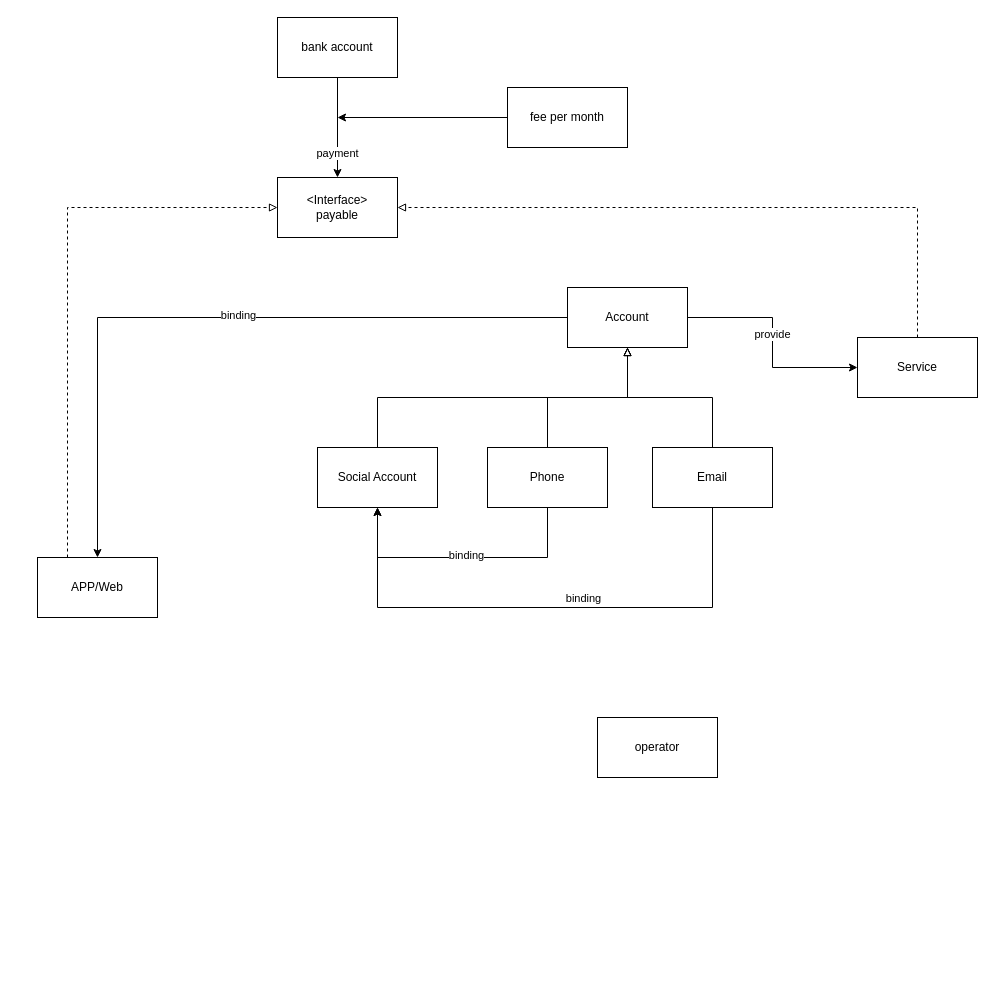
The draw.io diagram page "Page-3" (3 of 3) of software.drawio in quboqin/drawio, before the edit. Source tidied: cells renumbered, new cells numbered last; positions are measured from the earlier drawing's top-left corner, leaving out a move shared by most shapes. Both pictures are drawn from the tidied source at 100%, with x=0, y=0 at pixel (37, 17).
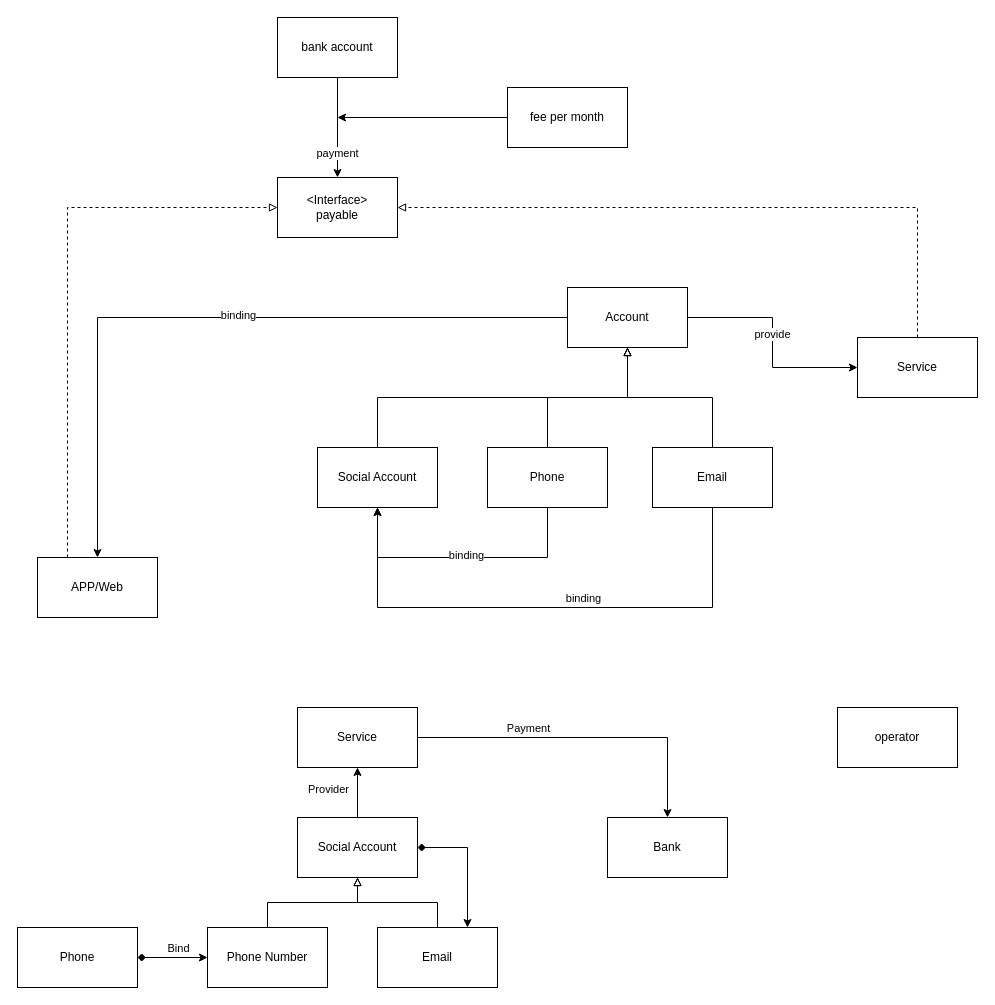
The same diagram, later.

The edit, as a diff of the source:
```diff
@@
     <mxCell id="27" value="operator" style="rounded=0;whiteSpace=wrap;html=1;" parent="1" vertex="1">
-      <mxGeometry x="560" y="700" width="120" height="60" as="geometry" />
+      <mxGeometry x="800" y="690" width="120" height="60" as="geometry" />
     </mxCell>
+    <mxCell id="28" style="edgeStyle=orthogonalEdgeStyle;rounded=0;jettySize=auto;html=1;entryX=0.75;entryY=0;entryDx=0;entryDy=0;exitX=1;exitY=0.5;exitDx=0;exitDy=0;startArrow=diamond;startFill=1;" parent="1" edge="1" source="31" target="34">
+      <mxGeometry relative="1" as="geometry" />
+    </mxCell>
+    <mxCell id="29" style="edgeStyle=orthogonalEdgeStyle;rounded=0;jettySize=auto;html=1;entryX=0.5;entryY=1;entryDx=0;entryDy=0;" parent="1" edge="1" source="31" target="38">
+      <mxGeometry relative="1" as="geometry" />
+    </mxCell>
+    <mxCell id="30" value="Provider" style="edgeLabel;html=1;align=center;verticalAlign=middle;" parent="29" vertex="1">
+      <mxGeometry x="0.16" relative="1" as="geometry">
+        <mxPoint x="-30" as="offset" />
+      </mxGeometry>
+    </mxCell>
+    <mxCell id="31" value="Social Account" style="rounded=0;whiteSpace=wrap;html=1;" parent="1" vertex="1">
+      <mxGeometry x="260" y="800" width="120" height="60" as="geometry" />
+    </mxCell>
+    <mxCell id="32" value="Phone Number" style="rounded=0;whiteSpace=wrap;html=1;" parent="1" vertex="1">
+      <mxGeometry x="170" y="910" width="120" height="60" as="geometry" />
+    </mxCell>
+    <mxCell id="33" style="edgeStyle=orthogonalEdgeStyle;rounded=0;jettySize=auto;html=1;endArrow=block;endFill=0;" parent="1" edge="1" source="34" target="31">
+      <mxGeometry relative="1" as="geometry" />
+    </mxCell>
+    <mxCell id="34" value="Email" style="rounded=0;whiteSpace=wrap;html=1;" parent="1" vertex="1">
+      <mxGeometry x="340" y="910" width="120" height="60" as="geometry" />
+    </mxCell>
+    <mxCell id="35" style="edgeStyle=orthogonalEdgeStyle;rounded=0;jettySize=auto;html=1;entryX=0.5;entryY=1;entryDx=0;entryDy=0;endArrow=block;endFill=0;" parent="1" edge="1" source="32" target="31">
+      <mxGeometry relative="1" as="geometry" />
+    </mxCell>
+    <mxCell id="36" style="edgeStyle=orthogonalEdgeStyle;rounded=0;jettySize=auto;html=1;" parent="1" edge="1" source="38" target="42">
+      <mxGeometry relative="1" as="geometry" />
+    </mxCell>
+    <mxCell id="37" value="Payment" style="edgeLabel;html=1;align=center;verticalAlign=middle;" parent="36" vertex="1">
+      <mxGeometry x="-0.45" y="-1" relative="1" as="geometry">
+        <mxPoint x="19" y="-11" as="offset" />
+      </mxGeometry>
+    </mxCell>
+    <mxCell id="38" value="Service" style="rounded=0;whiteSpace=wrap;html=1;" parent="1" vertex="1">
+      <mxGeometry x="260" y="690" width="120" height="60" as="geometry" />
+    </mxCell>
+    <mxCell id="39" style="edgeStyle=orthogonalEdgeStyle;rounded=0;jettySize=auto;html=1;entryX=0;entryY=0.5;entryDx=0;entryDy=0;startArrow=diamond;startFill=1;" parent="1" edge="1" source="41" target="32">
+      <mxGeometry relative="1" as="geometry" />
+    </mxCell>
+    <mxCell id="40" value="Bind" style="edgeLabel;html=1;align=center;verticalAlign=middle;" parent="39" vertex="1">
+      <mxGeometry x="0.37" y="-2" relative="1" as="geometry">
+        <mxPoint x="-8" y="-12" as="offset" />
+      </mxGeometry>
+    </mxCell>
+    <mxCell id="41" value="Phone" style="rounded=0;whiteSpace=wrap;html=1;" parent="1" vertex="1">
+      <mxGeometry x="-20" y="910" width="120" height="60" as="geometry" />
+    </mxCell>
+    <mxCell id="42" value="Bank" style="rounded=0;whiteSpace=wrap;html=1;" parent="1" vertex="1">
+      <mxGeometry x="570" y="800" width="120" height="60" as="geometry" />
+    </mxCell>
```
